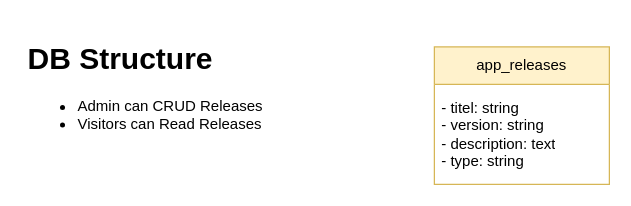
Earlier version of the draw.io diagram page "DB Schema" (1 of 3) of docs/Features/03 - Releasemanagement.drawio (CarlsonBuma/laravel-quasar-template). Source tidied: cells renumbered, new cells numbered last; positions are measured from the earlier drawing's top-left corner, leaving out a move shared by most shapes. Both pictures are drawn from the tidied source at 125%, with x=0, y=0 at pixel (21, 34).
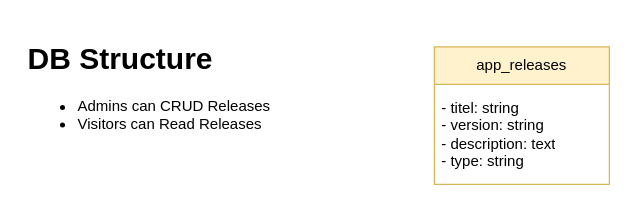
The same diagram, later.

What changed in the source:
```diff
@@
 <mxGraphModel>
   <root>
     <mxCell id="0" />
     <mxCell id="1" parent="0" />
     <mxCell id="2" value="app_releases" style="swimlane;fontStyle=0;horizontal=1;startSize=30;whiteSpace=wrap;html=1;fillColor=#fff2cc;strokeColor=#d6b656;" parent="1" vertex="1">
       <mxGeometry x="330" y="10" width="140" height="110" as="geometry" />
     </mxCell>
     <mxCell id="3" value="- titel: string&lt;br&gt;- version: string&lt;br&gt;- description: text&lt;br&gt;- type: string" style="text;strokeColor=none;fillColor=none;align=left;verticalAlign=middle;spacingLeft=4;spacingRight=4;overflow=hidden;whiteSpace=wrap;html=1;" parent="2" vertex="1">
       <mxGeometry y="30" width="140" height="80" as="geometry" />
     </mxCell>
-    <mxCell id="4" value="&lt;h1&gt;DB Structure&lt;/h1&gt;&lt;p&gt;&lt;/p&gt;&lt;ul&gt;&lt;li&gt;Admin can CRUD Releases&lt;/li&gt;&lt;li&gt;Visitors can Read Releases&lt;/li&gt;&lt;/ul&gt;&lt;p&gt;&lt;/p&gt;" style="text;html=1;strokeColor=none;fillColor=none;spacing=5;spacingTop=-20;whiteSpace=wrap;overflow=hidden;rounded=0;" parent="1" vertex="1">
+    <mxCell id="4" value="&lt;h1&gt;DB Structure&lt;/h1&gt;&lt;p&gt;&lt;/p&gt;&lt;ul&gt;&lt;li&gt;Admins can CRUD Releases&lt;/li&gt;&lt;li&gt;Visitors can Read Releases&lt;/li&gt;&lt;/ul&gt;&lt;p&gt;&lt;/p&gt;" style="text;html=1;strokeColor=none;fillColor=none;spacing=5;spacingTop=-20;whiteSpace=wrap;overflow=hidden;rounded=0;" parent="1" vertex="1">
       <mxGeometry width="230" height="100" as="geometry" />
     </mxCell>
   </root>
 </mxGraphModel>
```
